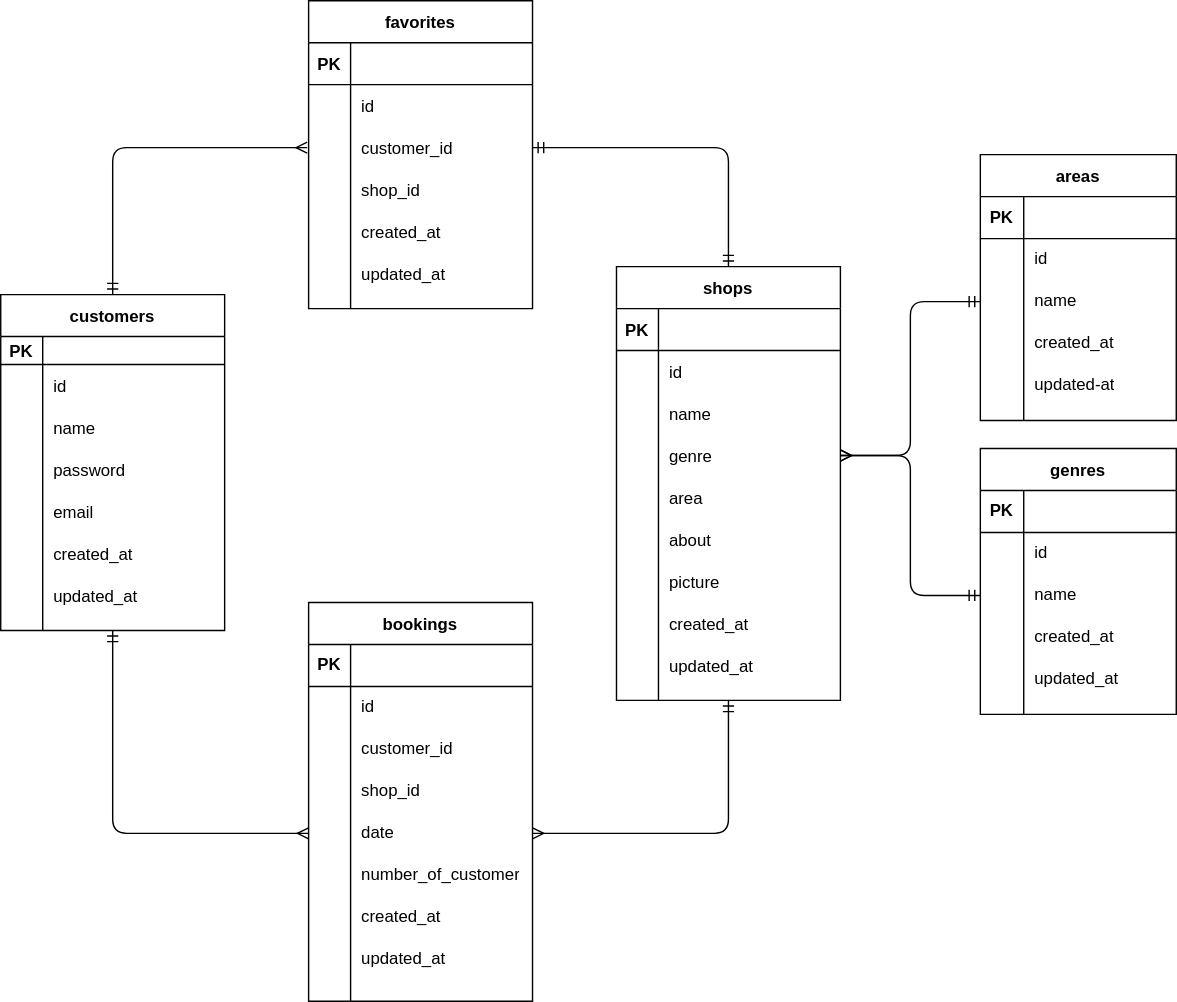
This is DIAGRAMS.NET/index.drawio.svg from K3nj13/ct_advance, a draw.io export, as it was before one commit. Source tidied: cells renumbered, new cells last; positions are measured from the earlier drawing's top-left corner, leaving out a move shared by most shapes.
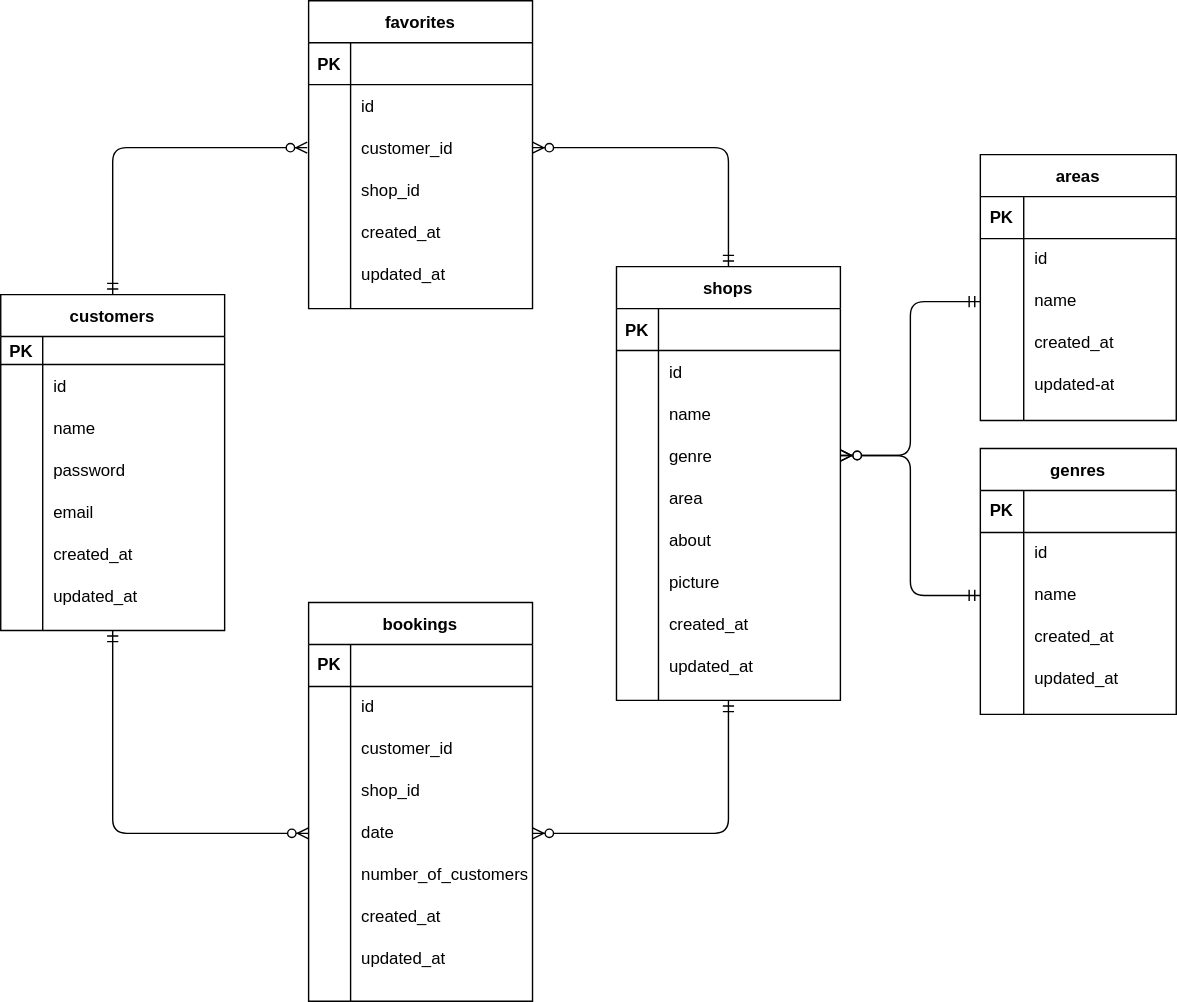
The same diagram one commit later.

Diff of the diagram source:
```diff
@@ -263,7 +263,7 @@
     <mxCell id="88" style="shape=partialRectangle;html=1;whiteSpace=wrap;fillColor=none;top=0;left=0;bottom=0;right=0;overflow=hidden;" parent="87" vertex="1">
       <mxGeometry width="30" height="30" as="geometry" />
     </mxCell>
-    <mxCell id="89" value="number_of_customer" style="shape=partialRectangle;html=1;whiteSpace=wrap;fillColor=none;top=0;left=0;bottom=0;right=0;align=left;spacingLeft=6;overflow=hidden;" parent="87" vertex="1">
+    <mxCell id="89" value="number_of_customers" style="shape=partialRectangle;html=1;whiteSpace=wrap;fillColor=none;top=0;left=0;bottom=0;right=0;align=left;spacingLeft=6;overflow=hidden;" parent="87" vertex="1">
       <mxGeometry x="30" width="130" height="30" as="geometry" />
     </mxCell>
     <mxCell id="90" style="shape=partialRectangle;html=1;whiteSpace=wrap;fillColor=none;top=0;left=0;bottom=0;right=0;" parent="71" vertex="1">
@@ -380,13 +380,13 @@
     <mxCell id="127" value="updated-at" style="shape=partialRectangle;html=1;whiteSpace=wrap;fillColor=none;top=0;left=0;bottom=0;right=0;align=left;spacingLeft=6;overflow=hidden;" parent="125" vertex="1">
       <mxGeometry x="31" width="109" height="30" as="geometry" />
     </mxCell>
-    <mxCell id="128" style="endArrow=ERmandOne;html=1;entryX=0.5;entryY=1;entryDx=0;entryDy=0;exitX=1;exitY=0.5;exitDx=0;exitDy=0;startArrow=ERmany;startFill=0;endFill=0;edgeStyle=orthogonalEdgeStyle;" parent="1" edge="1" source="84" target="43">
+    <mxCell id="128" style="endArrow=ERmandOne;html=1;entryX=0.5;entryY=1;entryDx=0;entryDy=0;exitX=1;exitY=0.5;exitDx=0;exitDy=0;startArrow=ERzeroToMany;startFill=1;endFill=0;edgeStyle=orthogonalEdgeStyle;" parent="1" edge="1" source="84" target="43">
       <mxGeometry relative="1" as="geometry" />
     </mxCell>
-    <mxCell id="129" style="endArrow=ERmandOne;html=1;entryX=0.5;entryY=1;entryDx=0;entryDy=0;exitX=0;exitY=0.5;exitDx=0;exitDy=0;endFill=0;startArrow=ERmany;startFill=0;edgeStyle=orthogonalEdgeStyle;" parent="1" edge="1" source="84" target="2">
+    <mxCell id="129" style="endArrow=ERmandOne;html=1;entryX=0.5;entryY=1;entryDx=0;entryDy=0;exitX=0;exitY=0.5;exitDx=0;exitDy=0;endFill=0;startArrow=ERzeroToMany;startFill=1;edgeStyle=orthogonalEdgeStyle;" parent="1" edge="1" source="84" target="2">
       <mxGeometry relative="1" as="geometry" />
     </mxCell>
-    <mxCell id="130" style="endArrow=ERmany;html=1;exitX=0.5;exitY=0;exitDx=0;exitDy=0;edgeStyle=orthogonalEdgeStyle;startArrow=ERmandOne;startFill=0;endFill=0;" parent="1" edge="1" source="2">
+    <mxCell id="130" style="endArrow=ERzeroToMany;html=1;exitX=0.5;exitY=0;exitDx=0;exitDy=0;edgeStyle=orthogonalEdgeStyle;startArrow=ERmandOne;startFill=0;endFill=1;" parent="1" edge="1" source="2">
       <mxGeometry relative="1" as="geometry">
         <mxPoint x="219" y="105" as="targetPoint" />
         <Array as="points">
@@ -395,13 +395,13 @@
         </Array>
       </mxGeometry>
     </mxCell>
-    <mxCell id="131" style="endArrow=ERmandOne;html=1;entryX=0;entryY=0.5;entryDx=0;entryDy=0;exitX=1;exitY=0.5;exitDx=0;exitDy=0;edgeStyle=orthogonalEdgeStyle;startArrow=ERmany;startFill=0;endFill=0;" parent="1" edge="1" source="53" target="103">
+    <mxCell id="131" style="endArrow=ERmandOne;html=1;entryX=0;entryY=0.5;entryDx=0;entryDy=0;exitX=1;exitY=0.5;exitDx=0;exitDy=0;edgeStyle=orthogonalEdgeStyle;startArrow=ERzeroToMany;startFill=1;endFill=0;" parent="1" edge="1" source="53" target="103">
       <mxGeometry relative="1" as="geometry" />
     </mxCell>
-    <mxCell id="132" style="endArrow=ERmandOne;html=1;entryX=0;entryY=0.5;entryDx=0;entryDy=0;exitX=1;exitY=0.5;exitDx=0;exitDy=0;edgeStyle=orthogonalEdgeStyle;startArrow=ERmany;startFill=0;endFill=0;" parent="1" edge="1" source="53" target="119">
+    <mxCell id="132" style="endArrow=ERmandOne;html=1;entryX=0;entryY=0.5;entryDx=0;entryDy=0;exitX=1;exitY=0.5;exitDx=0;exitDy=0;edgeStyle=orthogonalEdgeStyle;startArrow=ERzeroToMany;startFill=1;endFill=0;" parent="1" edge="1" source="53" target="119">
       <mxGeometry relative="1" as="geometry" />
     </mxCell>
-    <mxCell id="133" style="endArrow=ERmandOne;html=1;entryX=0.5;entryY=0;entryDx=0;entryDy=0;exitX=1;exitY=0.5;exitDx=0;exitDy=0;edgeStyle=orthogonalEdgeStyle;startArrow=ERmandOne;startFill=0;endFill=0;" parent="1" edge="1" source="31" target="43">
+    <mxCell id="133" style="endArrow=ERmandOne;html=1;entryX=0.5;entryY=0;entryDx=0;entryDy=0;exitX=1;exitY=0.5;exitDx=0;exitDy=0;edgeStyle=orthogonalEdgeStyle;startArrow=ERzeroToMany;startFill=1;endFill=0;" parent="1" edge="1" source="31" target="43">
       <mxGeometry relative="1" as="geometry" />
     </mxCell>
   </root>
```
